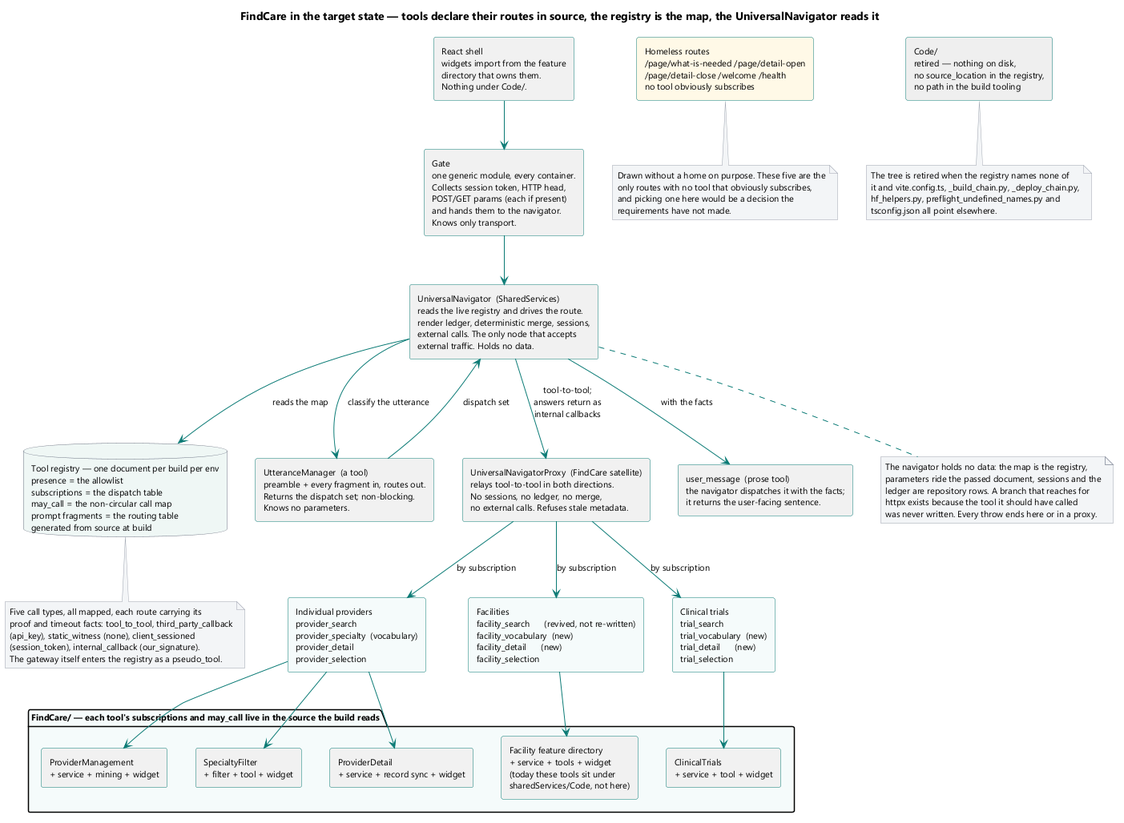
Earlier version of the PlantUML export brain/machine_artifacts/diagramsAndImages/rendered/mig_after.png (SkipSnow/ChatHealthyRepo).
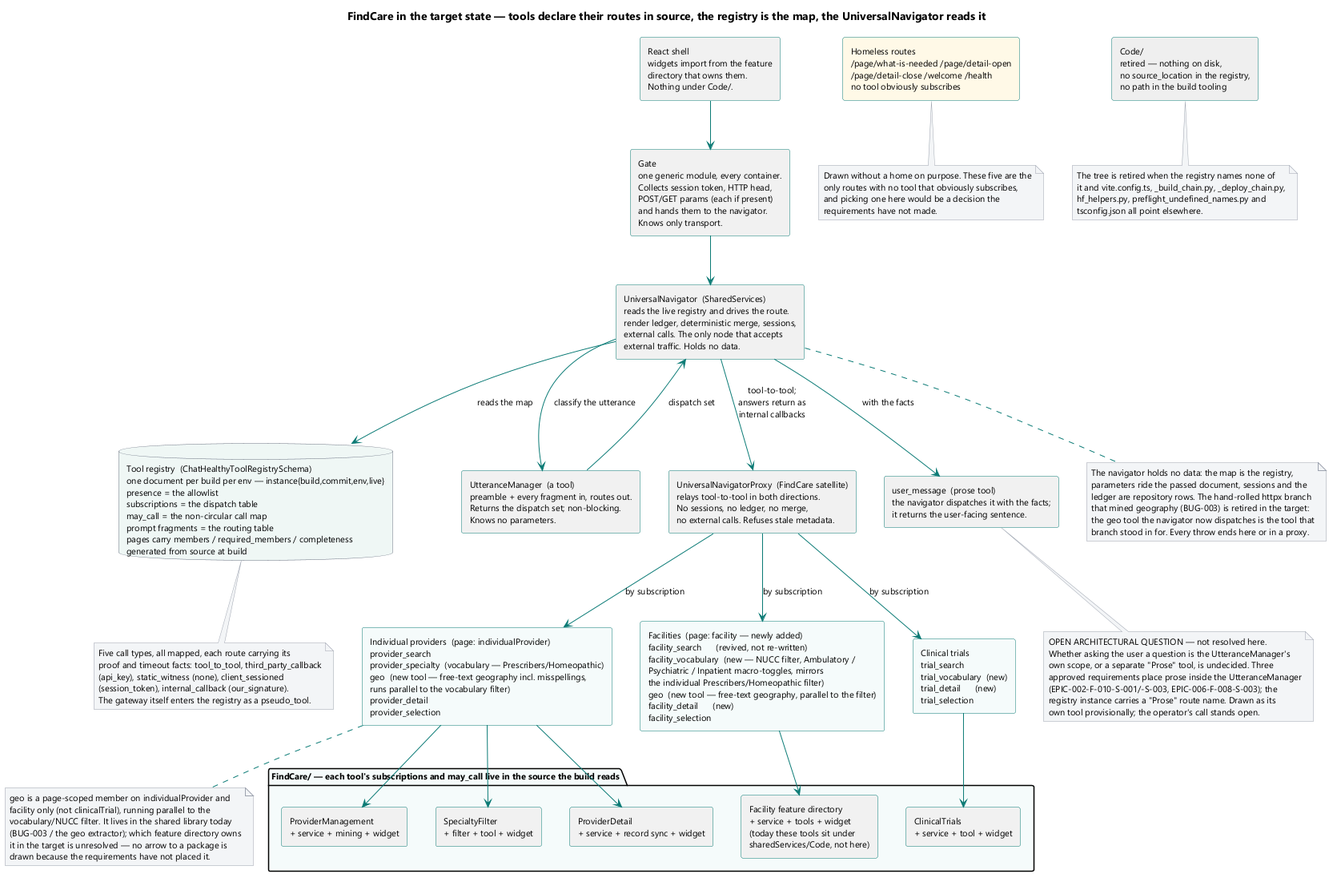
After the change.

Diff of the diagram source:
```diff
@@ -17,15 +17,15 @@
 
 component "UniversalNavigator  (SharedServices)\nreads the live registry and drives the route.\nrender ledger, deterministic merge, sessions,\nexternal calls. The only node that accepts\nexternal traffic. Holds no data." as NAV
 
-database "Tool registry — one document per build per env\npresence = the allowlist\nsubscriptions = the dispatch table\nmay_call = the non-circular call map\nprompt fragments = the routing table\ngenerated from source at build" as REG #eef6f5
+database "Tool registry  (ChatHealthyToolRegistrySchema)\none document per build per env — instance{build,commit,env,live}\npresence = the allowlist\nsubscriptions = the dispatch table\nmay_call = the non-circular call map\nprompt fragments = the routing table\npages carry members / required_members / completeness\ngenerated from source at build" as REG #eef6f5
 
 component "UtteranceManager  (a tool)\npreamble + every fragment in, routes out.\nReturns the dispatch set; non-blocking.\nKnows no parameters." as UM
 
 component "UniversalNavigatorProxy  (FindCare satellite)\nrelays tool-to-tool in both directions.\nNo sessions, no ledger, no merge,\nno external calls. Refuses stale metadata." as PROXY
 
-component "Individual providers\nprovider_search\nprovider_specialty  (vocabulary)\nprovider_detail\nprovider_selection" as PROVTOOLS #f5fbfa
+component "Individual providers  (page: individualProvider)\nprovider_search\nprovider_specialty  (vocabulary — Prescribers/Homeopathic)\ngeo  (new tool — free-text geography incl. misspellings,\nruns parallel to the vocabulary filter)\nprovider_detail\nprovider_selection" as PROVTOOLS #f5fbfa
 
-component "Facilities\nfacility_search      (revived, not re-written)\nfacility_vocabulary  (new)\nfacility_detail      (new)\nfacility_selection" as FACTOOLS #f5fbfa
+component "Facilities  (page: facility — newly added)\nfacility_search      (revived, not re-written)\nfacility_vocabulary  (new — NUCC filter, Ambulatory /\nPsychiatric / Inpatient macro-toggles, mirrors\nthe individual Prescribers/Homeopathic filter)\ngeo  (new tool — free-text geography, parallel to the filter)\nfacility_detail      (new)\nfacility_selection" as FACTOOLS #f5fbfa
 
 component "Clinical trials\ntrial_search\ntrial_vocabulary  (new)\ntrial_detail      (new)\ntrial_selection" as TRIALTOOLS #f5fbfa
 
@@ -70,9 +70,10 @@
 note bottom of NAV
   The navigator holds no data: the map is the registry,
   parameters ride the passed document, sessions and the
-  ledger are repository rows. A branch that reaches for
-  httpx exists because the tool it should have called
-  was never written. Every throw ends here or in a proxy.
+  ledger are repository rows. The hand-rolled httpx branch
+  that mined geography (BUG-003) is retired in the target:
+  the geo tool the navigator now dispatches is the tool that
+  branch stood in for. Every throw ends here or in a proxy.
 end note
 
 note bottom of PAGEROUTES
@@ -89,4 +90,23 @@
   tsconfig.json all point elsewhere.
 end note
 
+note bottom of PROSE
+  OPEN ARCHITECTURAL QUESTION — not resolved here.
+  Whether asking the user a question is the UtteranceManager's
+  own scope, or a separate "Prose" tool, is undecided. Three
+  approved requirements place prose inside the UtteranceManager
+  (EPIC-002-F-010-S-001/-S-003, EPIC-006-F-008-S-003); the
+  registry instance carries a "Prose" route name. Drawn as its
+  own tool provisionally; the operator's call stands open.
+end note
+
+note bottom of PROVTOOLS
+  geo is a page-scoped member on individualProvider and
+  facility only (not clinicalTrial), running parallel to the
+  vocabulary/NUCC filter. It lives in the shared library today
+  (BUG-003 / the geo extractor); which feature directory owns
+  it in the target is unresolved — no arrow to a package is
+  drawn because the requirements have not placed it.
+end note
+
 @enduml
```
